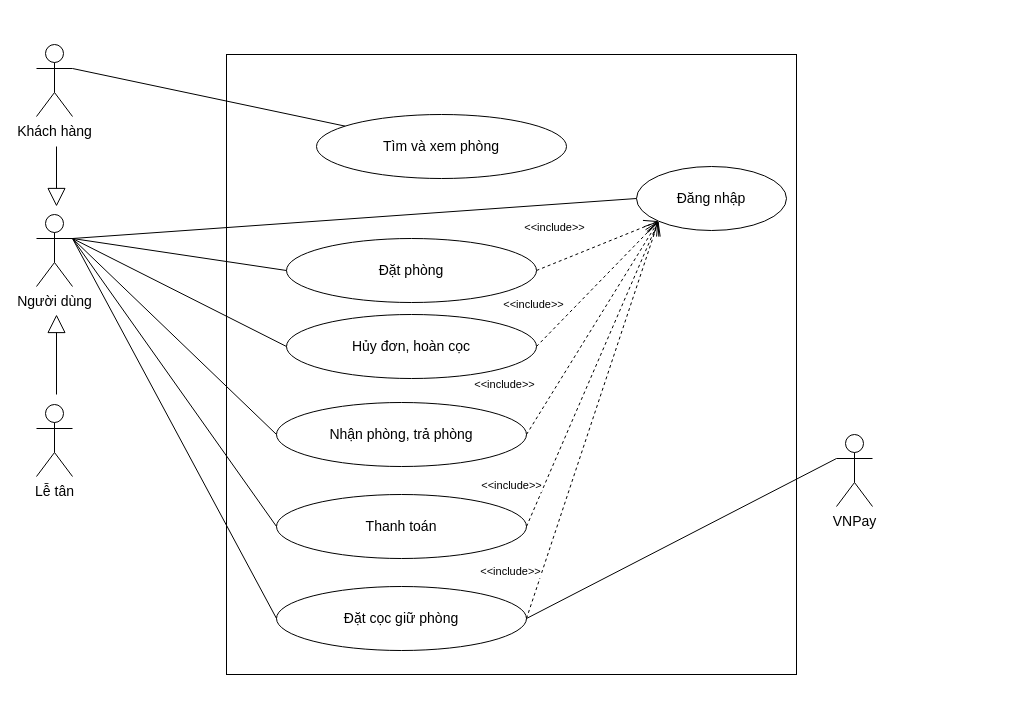
Earlier version of the draw.io diagram docs/use-case/ucn1-dat-phong-luu-tru.drawio (ngynquchn2511/beach-hotel). Source tidied: cells renumbered, new cells numbered last; positions are measured from the earlier drawing's top-left corner, leaving out a move shared by most shapes. Both pictures are drawn from the tidied source at 100%, with x=0, y=0 at pixel (36, 44).
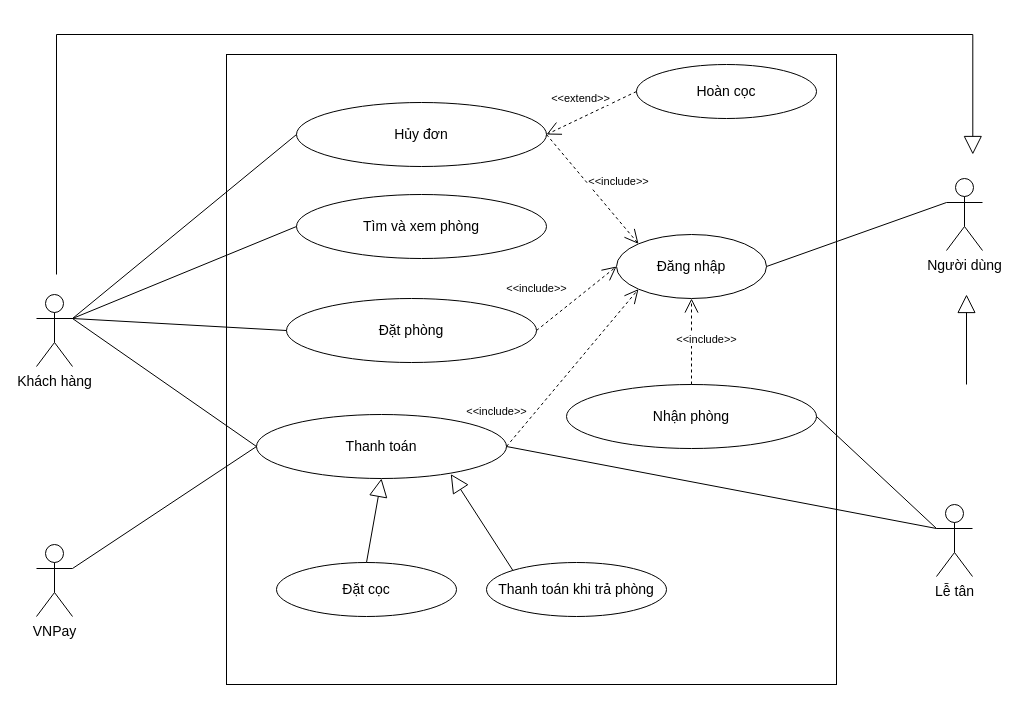
The same diagram, later.

Change to the diagram source:
```diff
@@
     <mxCell id="2" style="fontFamily=Arial;fontColor=#000000;rounded=0;whiteSpace=wrap;html=1;verticalAlign=top;fontStyle=1;fontSize=14;fillColor=none;strokeColor=#000000;spacingTop=6;" parent="1" vertex="1">
-      <mxGeometry x="190" y="10" width="570" height="620" as="geometry" />
+      <mxGeometry x="190" y="10" width="610" height="630" as="geometry" />
     </mxCell>
     <mxCell id="3" value="Tìm và xem phòng" style="fontFamily=Arial;fontColor=#000000;ellipse;whiteSpace=wrap;html=1;fillColor=#FFFFFF;strokeColor=#000000;fontSize=14;" parent="1" vertex="1">
-      <mxGeometry x="280" y="70" width="250" height="64" as="geometry" />
+      <mxGeometry x="260" y="150" width="250" height="64" as="geometry" />
     </mxCell>
     <mxCell id="4" value="Đặt phòng" style="fontFamily=Arial;fontColor=#000000;ellipse;whiteSpace=wrap;html=1;fillColor=#FFFFFF;strokeColor=#000000;fontSize=14;" parent="1" vertex="1">
-      <mxGeometry x="250" y="194" width="250" height="64" as="geometry" />
+      <mxGeometry x="250" y="254" width="250" height="64" as="geometry" />
     </mxCell>
-    <mxCell id="5" value="Hủy đơn, hoàn cọc" style="fontFamily=Arial;fontColor=#000000;ellipse;whiteSpace=wrap;html=1;fillColor=#FFFFFF;strokeColor=#000000;fontSize=14;" parent="1" vertex="1">
-      <mxGeometry x="250" y="270" width="250" height="64" as="geometry" />
+    <mxCell id="5" value="Hủy đơn" style="fontFamily=Arial;fontColor=#000000;ellipse;whiteSpace=wrap;html=1;fillColor=#FFFFFF;strokeColor=#000000;fontSize=14;" parent="1" vertex="1">
+      <mxGeometry x="260" y="58" width="250" height="64" as="geometry" />
     </mxCell>
-    <mxCell id="6" value="Nhận phòng, trả phòng" style="fontFamily=Arial;fontColor=#000000;ellipse;whiteSpace=wrap;html=1;fillColor=#FFFFFF;strokeColor=#000000;fontSize=14;" parent="1" vertex="1">
-      <mxGeometry x="240" y="358" width="250" height="64" as="geometry" />
+    <mxCell id="6" value="Nhận phòng" style="fontFamily=Arial;fontColor=#000000;ellipse;whiteSpace=wrap;html=1;fillColor=#FFFFFF;strokeColor=#000000;fontSize=14;" parent="1" vertex="1">
+      <mxGeometry x="530" y="340" width="250" height="64" as="geometry" />
     </mxCell>
-    <mxCell id="7" value="Đặt cọc giữ phòng" style="fontFamily=Arial;fontColor=#000000;ellipse;whiteSpace=wrap;html=1;fillColor=#FFFFFF;strokeColor=#000000;fontSize=14;" parent="1" vertex="1">
-      <mxGeometry x="240" y="542" width="250" height="64" as="geometry" />
-    </mxCell>
     <mxCell id="8" value="Đăng nhập" style="fontFamily=Arial;fontColor=#000000;ellipse;whiteSpace=wrap;html=1;fillColor=#FFFFFF;strokeColor=#000000;fontSize=14;" parent="1" vertex="1">
-      <mxGeometry x="600" y="122" width="150" height="64" as="geometry" />
+      <mxGeometry x="580" y="190" width="150" height="64" as="geometry" />
     </mxCell>
     <mxCell id="9" value="Khách hàng" style="fontFamily=Arial;fontColor=#000000;shape=umlActor;verticalLabelPosition=bottom;verticalAlign=top;html=1;outlineConnect=0;fillColor=#FFFFFF;strokeColor=#000000;fontSize=14;" parent="1" vertex="1">
-      <mxGeometry width="36" height="72" as="geometry" />
+      <mxGeometry y="250" width="36" height="72" as="geometry" />
     </mxCell>
     <mxCell id="10" value="Người dùng" style="fontFamily=Arial;fontColor=#000000;shape=umlActor;verticalLabelPosition=bottom;verticalAlign=top;html=1;outlineConnect=0;fillColor=#FFFFFF;strokeColor=#000000;fontSize=14;" parent="1" vertex="1">
-      <mxGeometry y="170" width="36" height="72" as="geometry" />
+      <mxGeometry x="910" y="134" width="36" height="72" as="geometry" />
     </mxCell>
     <mxCell id="11" value="Lễ tân" style="fontFamily=Arial;fontColor=#000000;shape=umlActor;verticalLabelPosition=bottom;verticalAlign=top;html=1;outlineConnect=0;fillColor=#FFFFFF;strokeColor=#000000;fontSize=14;" parent="1" vertex="1">
-      <mxGeometry y="360" width="36" height="72" as="geometry" />
+      <mxGeometry x="900" y="460" width="36" height="72" as="geometry" />
     </mxCell>
     <mxCell id="12" value="VNPay" style="fontFamily=Arial;fontColor=#000000;shape=umlActor;verticalLabelPosition=bottom;verticalAlign=top;html=1;outlineConnect=0;fillColor=#FFFFFF;strokeColor=#000000;fontSize=14;" parent="1" vertex="1">
-      <mxGeometry x="800" y="390" width="36" height="72" as="geometry" />
+      <mxGeometry y="500" width="36" height="72" as="geometry" />
     </mxCell>
-    <mxCell id="13" style="fontFamily=Arial;fontColor=#000000;endArrow=none;html=1;strokeColor=#000000;rounded=0;exitX=1;exitY=0.3333333333333333;exitDx=0;exitDy=0;exitPerimeter=0;" parent="1" edge="1" source="9" target="3">
+    <mxCell id="13" style="fontFamily=Arial;fontColor=#000000;endArrow=none;html=1;strokeColor=#000000;rounded=0;exitX=1;exitY=0.3333333333333333;exitDx=0;exitDy=0;exitPerimeter=0;entryX=0;entryY=0.5;entryDx=0;entryDy=0;" parent="1" edge="1" source="9" target="3">
       <mxGeometry relative="1" as="geometry" />
     </mxCell>
-    <mxCell id="14" style="fontFamily=Arial;fontColor=#000000;endArrow=none;html=1;strokeColor=#000000;rounded=0;entryX=0;entryY=0.5;entryDx=0;entryDy=0;exitX=1;exitY=0.3333333333333333;exitDx=0;exitDy=0;exitPerimeter=0;" parent="1" edge="1" source="10" target="4">
-      <mxGeometry relative="1" as="geometry" />
-    </mxCell>
-    <mxCell id="15" style="fontFamily=Arial;fontColor=#000000;endArrow=none;html=1;strokeColor=#000000;rounded=0;entryX=0;entryY=0.5;entryDx=0;entryDy=0;exitX=1;exitY=0.3333333333333333;exitDx=0;exitDy=0;exitPerimeter=0;" parent="1" edge="1" source="10" target="7">
-      <mxGeometry relative="1" as="geometry" />
-    </mxCell>
-    <mxCell id="16" style="fontFamily=Arial;fontColor=#000000;endArrow=none;html=1;strokeColor=#000000;rounded=0;exitX=1;exitY=0.3333333333333333;exitDx=0;exitDy=0;exitPerimeter=0;entryX=0;entryY=0.5;entryDx=0;entryDy=0;" parent="1" edge="1" source="10" target="5">
-      <mxGeometry relative="1" as="geometry" />
-    </mxCell>
-    <mxCell id="17" style="fontFamily=Arial;fontColor=#000000;endArrow=none;html=1;strokeColor=#000000;rounded=0;exitX=0;exitY=0.3333333333333333;exitDx=0;exitDy=0;exitPerimeter=0;entryX=1;entryY=0.5;entryDx=0;entryDy=0;" parent="1" edge="1" source="12" target="7">
+    <mxCell id="17" style="fontFamily=Arial;fontColor=#000000;endArrow=none;html=1;strokeColor=#000000;rounded=0;exitX=1;exitY=0.3333333333333333;exitDx=0;exitDy=0;exitPerimeter=0;entryX=0;entryY=0.5;entryDx=0;entryDy=0;" parent="1" edge="1" source="12" target="21">
       <mxGeometry relative="1" as="geometry" />
     </mxCell>
-    <mxCell id="18" style="endArrow=block;endSize=16;endFill=0;html=1;rounded=0;" parent="1" edge="1">
-      <mxGeometry relative="1" as="geometry">
-        <mxPoint x="20" y="350" as="sourcePoint" />
-        <mxPoint x="20" y="270" as="targetPoint" />
-      </mxGeometry>
-    </mxCell>
     <mxCell id="19" style="endArrow=block;endSize=16;endFill=0;html=1;rounded=0;" parent="1" edge="1">
-      <mxGeometry relative="1" as="geometry">
-        <mxPoint x="20" y="102" as="sourcePoint" />
-        <mxPoint x="20" y="162" as="targetPoint" />
+      <mxGeometry x="0.1" relative="1" as="geometry">
+        <mxPoint x="20" y="230" as="sourcePoint" />
+        <mxPoint x="936.3" y="110" as="targetPoint" />
+        <Array as="points">
+          <mxPoint x="20" y="-10" />
+          <mxPoint x="936.3" y="-10" />
+        </Array>
       </mxGeometry>
     </mxCell>
-    <mxCell id="20" style="fontFamily=Arial;fontColor=#000000;endArrow=none;html=1;strokeColor=#000000;rounded=0;exitX=1;exitY=0.3333333333333333;exitDx=0;exitDy=0;exitPerimeter=0;entryX=0;entryY=0.5;entryDx=0;entryDy=0;" parent="1" edge="1" source="10" target="6">
-      <mxGeometry relative="1" as="geometry" />
-    </mxCell>
     <mxCell id="21" value="Thanh toán" style="fontFamily=Arial;fontColor=#000000;ellipse;whiteSpace=wrap;html=1;fillColor=#FFFFFF;strokeColor=#000000;fontSize=14;" parent="1" vertex="1">
-      <mxGeometry x="240" y="450" width="250" height="64" as="geometry" />
+      <mxGeometry x="220" y="370" width="250" height="64" as="geometry" />
     </mxCell>
-    <mxCell id="22" style="fontFamily=Arial;fontColor=#000000;endArrow=none;html=1;strokeColor=#000000;rounded=0;entryX=0;entryY=0.5;entryDx=0;entryDy=0;exitX=1;exitY=0.3333333333333333;exitDx=0;exitDy=0;exitPerimeter=0;" parent="1" edge="1" source="10" target="21">
-      <mxGeometry relative="1" as="geometry" />
-    </mxCell>
-    <mxCell id="23" value="&amp;lt;&amp;lt;include&amp;gt;&amp;gt;" style="endArrow=open;endSize=12;dashed=1;html=1;rounded=0;entryX=0;entryY=1;entryDx=0;entryDy=0;exitX=1;exitY=0.5;exitDx=0;exitDy=0;" parent="1" edge="1" source="4" target="8">
+    <mxCell id="23" value="&amp;lt;&amp;lt;include&amp;gt;&amp;gt;" style="endArrow=open;endSize=12;dashed=1;html=1;rounded=0;entryX=0;entryY=0.5;entryDx=0;entryDy=0;exitX=1;exitY=0.5;exitDx=0;exitDy=0;" parent="1" edge="1" source="4" target="8">
       <mxGeometry x="-0.5" y="33" relative="1" as="geometry" />
     </mxCell>
-    <mxCell id="24" value="&amp;lt;&amp;lt;include&amp;gt;&amp;gt;" style="endArrow=open;endSize=12;dashed=1;html=1;rounded=0;entryX=0;entryY=1;entryDx=0;entryDy=0;exitX=1;exitY=0.5;exitDx=0;exitDy=0;" parent="1" edge="1" source="5" target="8">
-      <mxGeometry x="-0.68" y="31" relative="1" as="geometry" />
+    <mxCell id="24" value="&amp;lt;&amp;lt;include&amp;gt;&amp;gt;" style="endArrow=open;endSize=12;dashed=1;html=1;rounded=0;entryX=0;entryY=0;entryDx=0;entryDy=0;exitX=1;exitY=0.5;exitDx=0;exitDy=0;" parent="1" edge="1" source="5" target="8">
+      <mxGeometry x="0.15" y="25" relative="1" as="geometry" />
     </mxCell>
-    <mxCell id="25" value="&amp;lt;&amp;lt;include&amp;gt;&amp;gt;" style="endArrow=open;endSize=12;dashed=1;html=1;rounded=0;entryX=0;entryY=1;entryDx=0;entryDy=0;exitX=1;exitY=0.5;exitDx=0;exitDy=0;" parent="1" edge="1" source="6" target="8">
-      <mxGeometry x="-0.75" y="45" relative="1" as="geometry" />
+    <mxCell id="25" value="&amp;lt;&amp;lt;include&amp;gt;&amp;gt;" style="endArrow=open;endSize=12;dashed=1;html=1;rounded=0;entryX=0.5;entryY=1;entryDx=0;entryDy=0;exitX=0.5;exitY=0;exitDx=0;exitDy=0;" parent="1" edge="1" source="6" target="8">
+      <mxGeometry x="0.04" y="-15" relative="1" as="geometry" />
     </mxCell>
@@
-    <mxCell id="27" value="&amp;lt;&amp;lt;include&amp;gt;&amp;gt;" style="endArrow=open;endSize=12;dashed=1;html=1;rounded=0;entryX=0;entryY=1;entryDx=0;entryDy=0;exitX=1;exitY=0.5;exitDx=0;exitDy=0;" parent="1" edge="1" source="7" target="8">
-      <mxGeometry x="-0.81" y="30" relative="1" as="geometry" />
-    </mxCell>
-    <mxCell id="28" style="fontFamily=Arial;fontColor=#000000;endArrow=none;html=1;strokeColor=#000000;rounded=0;entryX=0;entryY=0.5;entryDx=0;entryDy=0;exitX=1;exitY=0.3333333333333333;exitDx=0;exitDy=0;exitPerimeter=0;" parent="1" edge="1" source="10" target="8">
+    <mxCell id="28" style="endArrow=none;html=1;rounded=0;entryX=1;entryY=0.5;entryDx=0;entryDy=0;exitX=0;exitY=0.3333333333333333;exitDx=0;exitDy=0;exitPerimeter=0;" parent="1" edge="1" source="10" target="8">
       <mxGeometry relative="1" as="geometry" />
     </mxCell>
+    <mxCell id="29" style="fontFamily=Arial;fontColor=#000000;endArrow=none;html=1;strokeColor=#000000;rounded=0;exitX=1;exitY=0.3333333333333333;exitDx=0;exitDy=0;exitPerimeter=0;entryX=0;entryY=0.5;entryDx=0;entryDy=0;" parent="1" edge="1" source="9" target="4">
+      <mxGeometry relative="1" as="geometry" />
+    </mxCell>
+    <mxCell id="30" style="fontFamily=Arial;fontColor=#000000;endArrow=none;html=1;strokeColor=#000000;rounded=0;exitX=1;exitY=0.3333333333333333;exitDx=0;exitDy=0;exitPerimeter=0;entryX=0;entryY=0.5;entryDx=0;entryDy=0;" parent="1" edge="1" source="9" target="5">
+      <mxGeometry relative="1" as="geometry" />
+    </mxCell>
+    <mxCell id="31" value="Hoàn cọc" style="fontFamily=Arial;fontColor=#000000;ellipse;whiteSpace=wrap;html=1;fillColor=#FFFFFF;strokeColor=#000000;fontSize=14;" parent="1" vertex="1">
+      <mxGeometry x="600" y="20" width="180" height="54" as="geometry" />
+    </mxCell>
+    <mxCell id="32" value="&amp;lt;&amp;lt;extend&amp;gt;&amp;gt;" style="endArrow=open;endSize=12;dashed=1;html=1;rounded=0;entryX=1;entryY=0.5;entryDx=0;entryDy=0;exitX=0;exitY=0.5;exitDx=0;exitDy=0;" parent="1" edge="1" source="31" target="5">
+      <mxGeometry x="0.06" y="-18" relative="1" as="geometry" />
+    </mxCell>
+    <mxCell id="33" value="&amp;nbsp;" style="endArrow=block;endSize=16;endFill=0;html=1;rounded=0;" parent="1" edge="1">
+      <mxGeometry x="-0.11" y="-30" relative="1" as="geometry">
+        <mxPoint x="930" y="340" as="sourcePoint" />
+        <mxPoint x="930" y="250" as="targetPoint" />
+      </mxGeometry>
+    </mxCell>
+    <mxCell id="34" style="fontFamily=Arial;fontColor=#000000;endArrow=none;html=1;strokeColor=#000000;rounded=0;exitX=1;exitY=0.3333333333333333;exitDx=0;exitDy=0;exitPerimeter=0;entryX=0;entryY=0.5;entryDx=0;entryDy=0;" parent="1" edge="1" source="9" target="21">
+      <mxGeometry relative="1" as="geometry" />
+    </mxCell>
+    <mxCell id="35" style="endArrow=none;html=1;rounded=0;entryX=1;entryY=0.5;entryDx=0;entryDy=0;exitX=0;exitY=0.3333333333333333;exitDx=0;exitDy=0;exitPerimeter=0;" parent="1" edge="1" source="11" target="6">
+      <mxGeometry relative="1" as="geometry" />
+    </mxCell>
+    <mxCell id="36" style="endArrow=none;html=1;rounded=0;entryX=1;entryY=0.5;entryDx=0;entryDy=0;exitX=0;exitY=0.3333333333333333;exitDx=0;exitDy=0;exitPerimeter=0;" parent="1" edge="1" source="11" target="21">
+      <mxGeometry relative="1" as="geometry" />
+    </mxCell>
+    <mxCell id="37" value="Đặt cọc" style="fontFamily=Arial;fontColor=#000000;ellipse;whiteSpace=wrap;html=1;fillColor=#FFFFFF;strokeColor=#000000;fontSize=14;" parent="1" vertex="1">
+      <mxGeometry x="240" y="518" width="180" height="54" as="geometry" />
+    </mxCell>
+    <mxCell id="38" value="Thanh toán khi trả phòng" style="fontFamily=Arial;fontColor=#000000;ellipse;whiteSpace=wrap;html=1;fillColor=#FFFFFF;strokeColor=#000000;fontSize=14;" parent="1" vertex="1">
+      <mxGeometry x="450" y="518" width="180" height="54" as="geometry" />
+    </mxCell>
+    <mxCell id="39" value="&amp;nbsp;" style="endArrow=block;endSize=16;endFill=0;html=1;rounded=0;entryX=0.5;entryY=1;entryDx=0;entryDy=0;exitX=0.5;exitY=0;exitDx=0;exitDy=0;" parent="1" edge="1" source="37" target="21">
+      <mxGeometry x="-0.45" y="-30" relative="1" as="geometry" />
+    </mxCell>
+    <mxCell id="40" value="&amp;nbsp;" style="endArrow=block;endSize=16;endFill=0;html=1;rounded=0;entryX=0.777;entryY=0.931;entryDx=0;entryDy=0;exitX=0;exitY=0;exitDx=0;exitDy=0;entryPerimeter=0;" parent="1" edge="1" source="38" target="21">
+      <mxGeometry x="-0.45" y="-30" relative="1" as="geometry" />
+    </mxCell>
```
